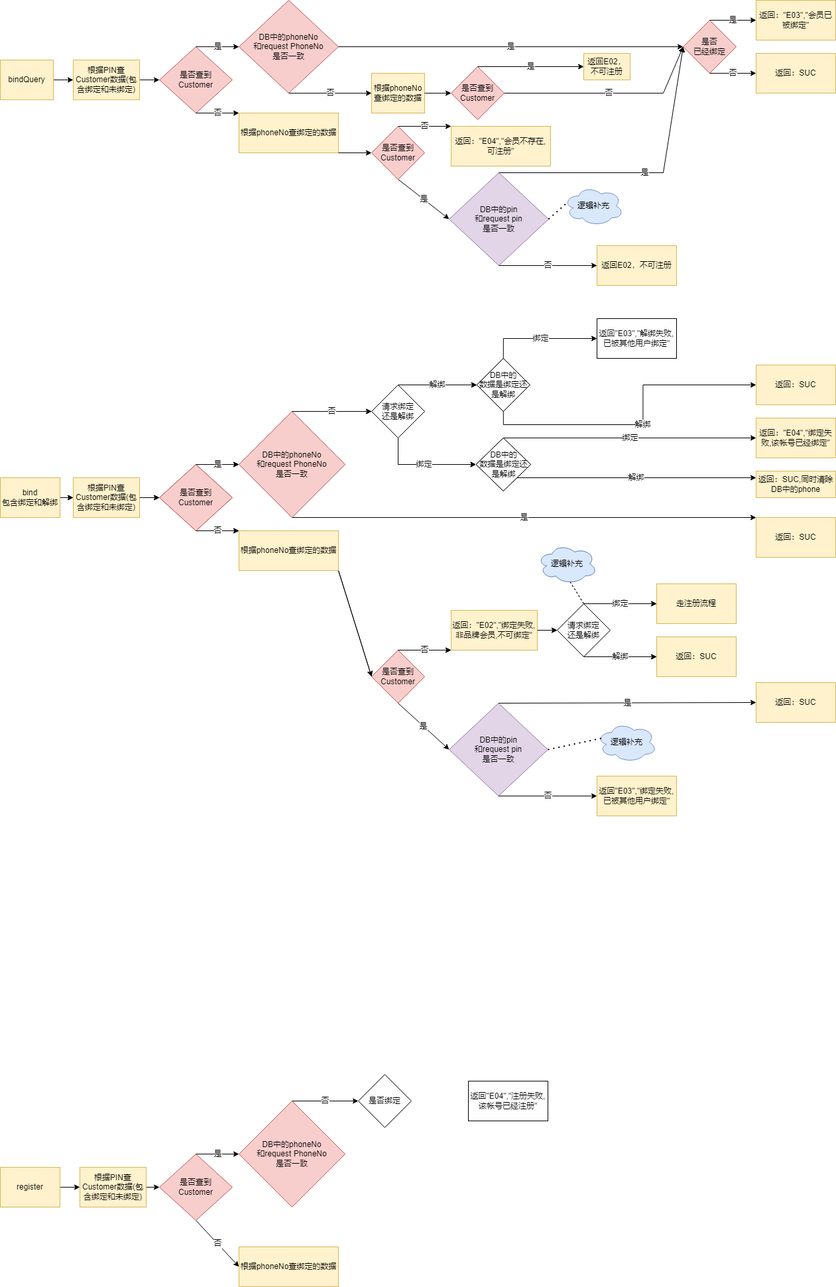
This is diagrams2/111.png from xiaoqforever/diagrams, a draw.io export, as it was before one commit. Source tidied: cells renumbered, new cells last; positions are measured from the earlier drawing's top-left corner, leaving out a move shared by most shapes.
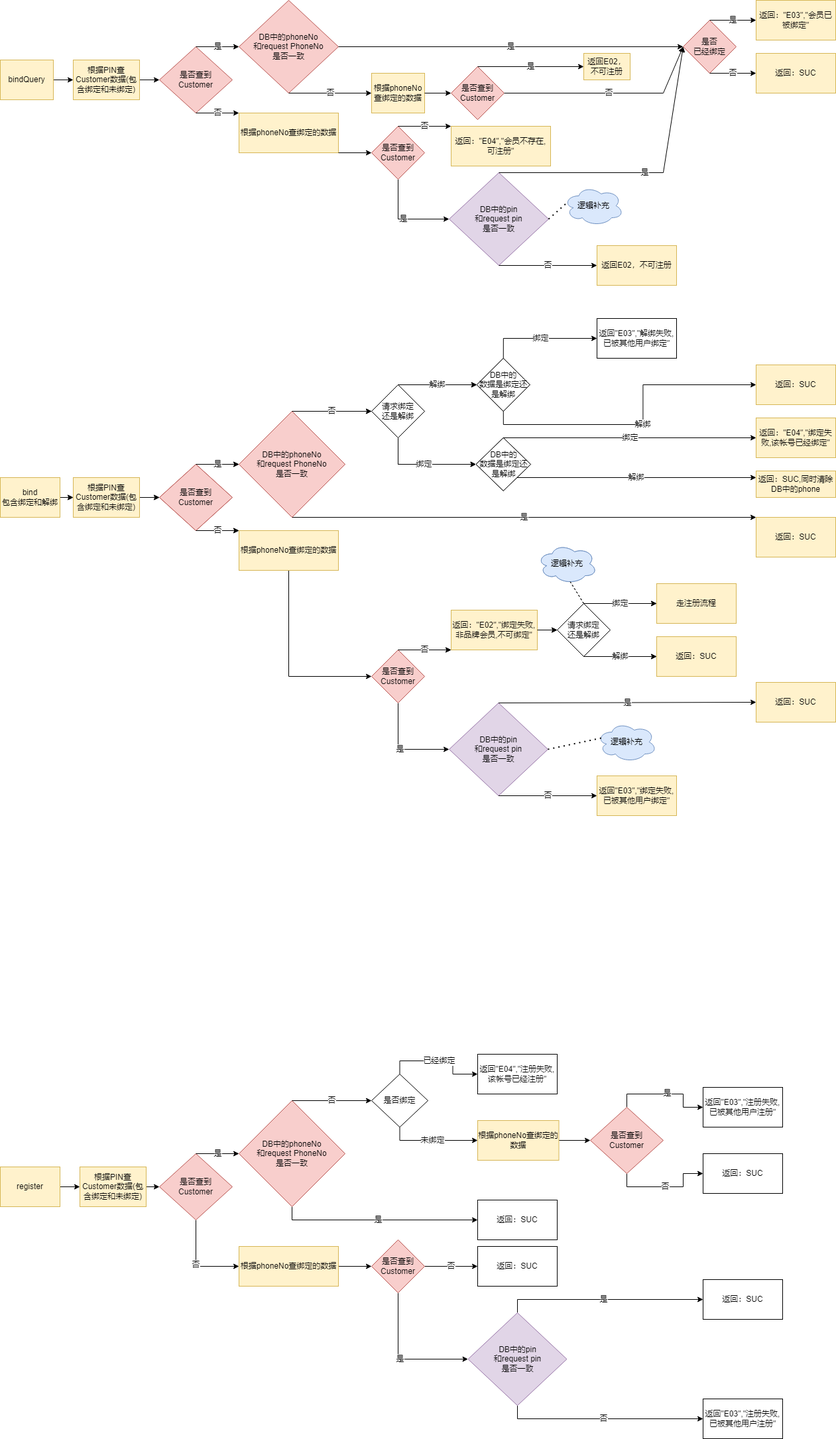
The same file after the commit.

What changed in the source:
```diff
@@ -86,6 +86,9 @@
         </Array>
       </mxGeometry>
     </mxCell>
+    <mxCell id="31" value="是" style="edgeStyle=orthogonalEdgeStyle;rounded=0;jettySize=auto;html=1;exitX=0.5;exitY=1;exitDx=0;exitDy=0;entryX=0;entryY=0.5;entryDx=0;entryDy=0;" parent="1" edge="1" source="28" target="33">
+      <mxGeometry relative="1" as="geometry" />
+    </mxCell>
     <mxCell id="28" value="是否查到&lt;br&gt;Customer" style="rhombus;whiteSpace=wrap;html=1;fontFamily=Helvetica;fontSize=12;fillColor=#f8cecc;strokeColor=#b85450;" parent="1" vertex="1">
       <mxGeometry x="560" y="190" width="80" height="80" as="geometry" />
     </mxCell>
@@ -95,9 +98,6 @@
     <mxCell id="30" value="否" style="endArrow=classic;html=1;rounded=0;exitX=0.5;exitY=0;exitDx=0;exitDy=0;entryX=0;entryY=0;entryDx=0;entryDy=0;" parent="1" edge="1" source="28" target="32">
       <mxGeometry relative="1" as="geometry" />
     </mxCell>
-    <mxCell id="31" value="是" style="endArrow=classic;html=1;rounded=0;exitX=0.5;exitY=1;exitDx=0;exitDy=0;entryX=0;entryY=0.5;entryDx=0;entryDy=0;" parent="1" edge="1" source="28" target="33">
-      <mxGeometry relative="1" as="geometry" />
-    </mxCell>
     <mxCell id="32" value="返回：&quot;E04&quot;,&quot;会员不存在,可注册&quot;" style="rounded=0;whiteSpace=wrap;html=1;fontFamily=Helvetica;fontSize=12;fillColor=#fff2cc;strokeColor=#d6b656;" parent="1" vertex="1">
       <mxGeometry x="680" y="190" width="150" height="60" as="geometry" />
     </mxCell>
@@ -163,18 +163,15 @@
     <mxCell id="51" value="返回：SUC" style="rounded=0;whiteSpace=wrap;html=1;fillColor=#fff2cc;strokeColor=#d6b656;" parent="1" vertex="1">
       <mxGeometry x="1140" y="1029" width="120" height="60" as="geometry" />
     </mxCell>
+    <mxCell id="55" value="是" style="edgeStyle=orthogonalEdgeStyle;rounded=0;jettySize=auto;html=1;exitX=0.5;exitY=1;exitDx=0;exitDy=0;entryX=0;entryY=0.5;entryDx=0;entryDy=0;" parent="1" edge="1" source="52" target="57">
+      <mxGeometry relative="1" as="geometry" />
+    </mxCell>
     <mxCell id="52" value="是否查到&lt;br&gt;Customer" style="rhombus;whiteSpace=wrap;html=1;fontFamily=Helvetica;fontSize=12;fillColor=#f8cecc;strokeColor=#b85450;" parent="1" vertex="1">
       <mxGeometry x="560" y="980" width="80" height="80" as="geometry" />
     </mxCell>
-    <mxCell id="53" style="endArrow=classic;html=1;rounded=0;entryX=0;entryY=0.5;entryDx=0;entryDy=0;exitX=1;exitY=1;exitDx=0;exitDy=0;" parent="1" edge="1" source="50" target="52">
-      <mxGeometry relative="1" as="geometry" />
-    </mxCell>
     <mxCell id="54" value="否" style="endArrow=classic;html=1;rounded=0;exitX=0.5;exitY=0;exitDx=0;exitDy=0;entryX=0;entryY=1;entryDx=0;entryDy=0;" parent="1" edge="1" source="52" target="56">
       <mxGeometry relative="1" as="geometry" />
     </mxCell>
-    <mxCell id="55" value="是" style="endArrow=classic;html=1;rounded=0;exitX=0.5;exitY=1;exitDx=0;exitDy=0;entryX=0;entryY=0.5;entryDx=0;entryDy=0;" parent="1" edge="1" source="52" target="57">
-      <mxGeometry relative="1" as="geometry" />
-    </mxCell>
     <mxCell id="56" value="返回：&quot;E02&quot;,&quot;绑定失败,非品牌会员,不可绑定&quot;" style="rounded=0;whiteSpace=wrap;html=1;fontFamily=Helvetica;fontSize=12;fillColor=#fff2cc;strokeColor=#d6b656;" parent="1" vertex="1">
       <mxGeometry x="680" y="920" width="130" height="60" as="geometry" />
     </mxCell>
@@ -310,14 +307,12 @@
     <mxCell id="100" value="根据PIN查Customer数据(包含绑定和未绑定)" style="rounded=0;whiteSpace=wrap;html=1;fillColor=#fff2cc;strokeColor=#d6b656;" parent="1" vertex="1">
       <mxGeometry x="110" y="720" width="100" height="60" as="geometry" />
     </mxCell>
+    <mxCell id="130" style="edgeStyle=orthogonalEdgeStyle;rounded=0;jettySize=auto;html=1;exitX=0.5;exitY=1;exitDx=0;exitDy=0;entryX=0;entryY=0.5;entryDx=0;entryDy=0;" parent="1" edge="1" source="101" target="52">
+      <mxGeometry relative="1" as="geometry" />
+    </mxCell>
     <mxCell id="101" value="根据phoneNo查绑定的数据" style="rounded=0;whiteSpace=wrap;html=1;fillColor=#fff2cc;strokeColor=#d6b656;" parent="1" vertex="1">
       <mxGeometry x="360" y="800" width="150" height="60" as="geometry" />
     </mxCell>
-    <mxCell id="102" style="endArrow=classic;html=1;rounded=0;entryX=0;entryY=0.5;entryDx=0;entryDy=0;exitX=1;exitY=1;exitDx=0;exitDy=0;" parent="1" edge="1" source="101">
-      <mxGeometry relative="1" as="geometry">
-        <mxPoint x="560" y="1020" as="targetPoint" />
-      </mxGeometry>
-    </mxCell>
     <mxCell id="103" value="否" style="endArrow=classic;html=1;rounded=0;exitX=0.5;exitY=0;exitDx=0;exitDy=0;entryX=0;entryY=1;entryDx=0;entryDy=0;" parent="1" edge="1" target="104">
       <mxGeometry relative="1" as="geometry">
         <mxPoint x="600" y="980" as="sourcePoint" />
@@ -369,6 +364,9 @@
     <mxCell id="117" value="bind&lt;br&gt;包含绑定和解绑" style="rounded=0;whiteSpace=wrap;html=1;fillColor=#fff2cc;strokeColor=#d6b656;" parent="1" vertex="1">
       <mxGeometry y="720" width="90" height="60" as="geometry" />
     </mxCell>
+    <mxCell id="121" value="否" style="edgeStyle=orthogonalEdgeStyle;rounded=0;jettySize=auto;html=1;exitX=0.5;exitY=1;exitDx=0;exitDy=0;entryX=0;entryY=0.5;entryDx=0;entryDy=0;" parent="1" edge="1" source="118" target="128">
+      <mxGeometry relative="1" as="geometry" />
+    </mxCell>
     <mxCell id="118" value="是否查到&lt;br&gt;Customer" style="rhombus;whiteSpace=wrap;html=1;fillColor=#f8cecc;strokeColor=#b85450;" parent="1" vertex="1">
       <mxGeometry x="240" y="1740" width="110" height="100" as="geometry" />
     </mxCell>
@@ -378,20 +376,23 @@
     <mxCell id="120" value="是" style="edgeLabel;html=1;align=center;verticalAlign=middle;" parent="119" vertex="1">
       <mxGeometry relative="1" as="geometry" />
     </mxCell>
-    <mxCell id="121" style="endArrow=classic;html=1;rounded=0;exitX=0.5;exitY=1;exitDx=0;exitDy=0;entryX=0;entryY=0.5;entryDx=0;entryDy=0;" parent="1" edge="1" source="118" target="128">
-      <mxGeometry relative="1" as="geometry" />
-    </mxCell>
-    <mxCell id="122" value="否" style="edgeLabel;html=1;align=center;verticalAlign=middle;" parent="121" vertex="1">
-      <mxGeometry relative="1" as="geometry" />
-    </mxCell>
+    <mxCell id="131" value="是" style="edgeStyle=orthogonalEdgeStyle;rounded=0;jettySize=auto;html=1;exitX=0.5;exitY=1;exitDx=0;exitDy=0;entryX=0;entryY=0.5;entryDx=0;entryDy=0;" parent="1" edge="1" source="123" target="143">
+      <mxGeometry relative="1" as="geometry" />
+    </mxCell>
     <mxCell id="123" value="DB中的phoneNo&lt;br&gt;和request&amp;nbsp;PhoneNo&lt;br&gt;是否一致" style="rhombus;whiteSpace=wrap;html=1;fillColor=#f8cecc;strokeColor=#b85450;" parent="1" vertex="1">
       <mxGeometry x="360" y="1660" width="160" height="160" as="geometry" />
     </mxCell>
     <mxCell id="124" value="否" style="endArrow=classic;html=1;rounded=0;exitX=0.5;exitY=0;exitDx=0;exitDy=0;entryX=0;entryY=0.5;entryDx=0;entryDy=0;" parent="1" edge="1" source="123" target="125">
       <mxGeometry relative="1" as="geometry" />
     </mxCell>
+    <mxCell id="132" value="已经绑定" style="edgeStyle=orthogonalEdgeStyle;rounded=0;jettySize=auto;html=1;exitX=0.5;exitY=0;exitDx=0;exitDy=0;entryX=0;entryY=0.5;entryDx=0;entryDy=0;" parent="1" edge="1" source="125" target="129">
+      <mxGeometry relative="1" as="geometry" />
+    </mxCell>
+    <mxCell id="133" value="未绑定" style="edgeStyle=orthogonalEdgeStyle;rounded=0;jettySize=auto;html=1;exitX=0.5;exitY=1;exitDx=0;exitDy=0;entryX=0;entryY=0.5;entryDx=0;entryDy=0;" parent="1" edge="1" source="125" target="136">
+      <mxGeometry relative="1" as="geometry" />
+    </mxCell>
     <mxCell id="125" value="是否绑定" style="rhombus;whiteSpace=wrap;html=1;" parent="1" vertex="1">
-      <mxGeometry x="540" y="1620" width="80" height="80" as="geometry" />
+      <mxGeometry x="560" y="1620" width="85" height="80" as="geometry" />
     </mxCell>
     <mxCell id="126" style="endArrow=classic;html=1;rounded=0;exitX=1;exitY=0.5;exitDx=0;exitDy=0;entryX=0;entryY=0.5;entryDx=0;entryDy=0;" parent="1" edge="1" source="127">
       <mxGeometry relative="1" as="geometry">
@@ -401,11 +402,70 @@
     <mxCell id="127" value="根据PIN查Customer数据(包含绑定和未绑定)" style="rounded=0;whiteSpace=wrap;html=1;fillColor=#fff2cc;strokeColor=#d6b656;" parent="1" vertex="1">
       <mxGeometry x="120" y="1760" width="100" height="60" as="geometry" />
     </mxCell>
+    <mxCell id="134" style="edgeStyle=orthogonalEdgeStyle;rounded=0;jettySize=auto;html=1;exitX=1;exitY=0.5;exitDx=0;exitDy=0;entryX=0;entryY=0.5;entryDx=0;entryDy=0;" parent="1" edge="1" source="128" target="146">
+      <mxGeometry relative="1" as="geometry" />
+    </mxCell>
     <mxCell id="128" value="根据phoneNo查绑定的数据" style="rounded=0;whiteSpace=wrap;html=1;fillColor=#fff2cc;strokeColor=#d6b656;" parent="1" vertex="1">
       <mxGeometry x="360" y="1880" width="150" height="60" as="geometry" />
     </mxCell>
     <mxCell id="129" value="返回&quot;E04&quot;,&quot;注册失败,该帐号已经注册&quot;" style="rounded=0;whiteSpace=wrap;html=1;" parent="1" vertex="1">
-      <mxGeometry x="706" y="1630" width="120" height="60" as="geometry" />
+      <mxGeometry x="720" y="1590" width="120" height="60" as="geometry" />
     </mxCell>
+    <mxCell id="135" style="edgeStyle=orthogonalEdgeStyle;rounded=0;jettySize=auto;html=1;exitX=1;exitY=0.5;exitDx=0;exitDy=0;entryX=0;entryY=0.5;entryDx=0;entryDy=0;" parent="1" edge="1" source="136">
+      <mxGeometry relative="1" as="geometry">
+        <mxPoint x="890" y="1720" as="targetPoint" />
+      </mxGeometry>
+    </mxCell>
+    <mxCell id="136" value="根据phoneNo查绑定的数据" style="rounded=0;whiteSpace=wrap;html=1;fillColor=#fff2cc;strokeColor=#d6b656;" parent="1" vertex="1">
+      <mxGeometry x="720" y="1690" width="122.5" height="60" as="geometry" />
+    </mxCell>
+    <mxCell id="137" style="edgeStyle=orthogonalEdgeStyle;rounded=0;jettySize=auto;html=1;exitX=0.5;exitY=0;exitDx=0;exitDy=0;entryX=0;entryY=0.5;entryDx=0;entryDy=0;" parent="1" edge="1" source="140" target="141">
+      <mxGeometry relative="1" as="geometry" />
+    </mxCell>
+    <mxCell id="138" value="是" style="edgeLabel;html=1;align=center;verticalAlign=middle;" parent="137" vertex="1">
+      <mxGeometry x="0.04" y="1" relative="1" as="geometry" />
+    </mxCell>
+    <mxCell id="139" value="否" style="edgeStyle=orthogonalEdgeStyle;rounded=0;jettySize=auto;html=1;exitX=0.5;exitY=1;exitDx=0;exitDy=0;entryX=0;entryY=0.5;entryDx=0;entryDy=0;" parent="1" edge="1" source="140" target="142">
+      <mxGeometry relative="1" as="geometry" />
+    </mxCell>
+    <mxCell id="140" value="是否查到&lt;br&gt;Customer" style="rhombus;whiteSpace=wrap;html=1;fillColor=#f8cecc;strokeColor=#b85450;" parent="1" vertex="1">
+      <mxGeometry x="890" y="1670" width="110" height="100" as="geometry" />
+    </mxCell>
+    <mxCell id="141" value="返回&quot;E03&quot;,&quot;注册失败,已被其他用户注册&quot;" style="rounded=0;whiteSpace=wrap;html=1;" parent="1" vertex="1">
+      <mxGeometry x="1060" y="1640" width="120" height="60" as="geometry" />
+    </mxCell>
+    <mxCell id="142" value="返回：SUC" style="rounded=0;whiteSpace=wrap;html=1;" parent="1" vertex="1">
+      <mxGeometry x="1060" y="1740" width="120" height="60" as="geometry" />
+    </mxCell>
+    <mxCell id="143" value="返回：SUC" style="rounded=0;whiteSpace=wrap;html=1;" parent="1" vertex="1">
+      <mxGeometry x="720" y="1810" width="120" height="60" as="geometry" />
+    </mxCell>
+    <mxCell id="144" value="否" style="edgeStyle=orthogonalEdgeStyle;rounded=0;jettySize=auto;html=1;exitX=1;exitY=0.5;exitDx=0;exitDy=0;entryX=0;entryY=0.5;entryDx=0;entryDy=0;" parent="1" edge="1" source="146" target="150">
+      <mxGeometry relative="1" as="geometry" />
+    </mxCell>
+    <mxCell id="145" value="是" style="edgeStyle=orthogonalEdgeStyle;rounded=0;jettySize=auto;html=1;exitX=0.5;exitY=1;exitDx=0;exitDy=0;entryX=0;entryY=0.5;entryDx=0;entryDy=0;" parent="1" edge="1" source="146" target="149">
+      <mxGeometry relative="1" as="geometry" />
+    </mxCell>
+    <mxCell id="146" value="是否查到&lt;br&gt;Customer" style="rhombus;whiteSpace=wrap;html=1;fontFamily=Helvetica;fontSize=12;fillColor=#f8cecc;strokeColor=#b85450;" parent="1" vertex="1">
+      <mxGeometry x="560" y="1870" width="80" height="80" as="geometry" />
+    </mxCell>
+    <mxCell id="147" value="是" style="edgeStyle=orthogonalEdgeStyle;rounded=0;jettySize=auto;html=1;exitX=0.5;exitY=0;exitDx=0;exitDy=0;entryX=0;entryY=0.5;entryDx=0;entryDy=0;" parent="1" edge="1" source="149" target="151">
+      <mxGeometry relative="1" as="geometry" />
+    </mxCell>
+    <mxCell id="148" value="否" style="edgeStyle=orthogonalEdgeStyle;rounded=0;jettySize=auto;html=1;exitX=0.5;exitY=1;exitDx=0;exitDy=0;entryX=0;entryY=0.5;entryDx=0;entryDy=0;" parent="1" edge="1" source="149" target="152">
+      <mxGeometry relative="1" as="geometry" />
+    </mxCell>
+    <mxCell id="149" value="DB中的pin&lt;br&gt;和request&amp;nbsp;pin&lt;br&gt;是否一致" style="rhombus;whiteSpace=wrap;html=1;fillColor=#e1d5e7;strokeColor=#9673a6;" parent="1" vertex="1">
+      <mxGeometry x="705.5" y="1980" width="149" height="140" as="geometry" />
+    </mxCell>
+    <mxCell id="150" value="返回：SUC" style="rounded=0;whiteSpace=wrap;html=1;" parent="1" vertex="1">
+      <mxGeometry x="720" y="1880" width="120" height="60" as="geometry" />
+    </mxCell>
+    <mxCell id="151" value="返回：SUC" style="rounded=0;whiteSpace=wrap;html=1;" parent="1" vertex="1">
+      <mxGeometry x="1060" y="1930" width="120" height="60" as="geometry" />
+    </mxCell>
+    <mxCell id="152" value="返回&quot;E03&quot;,&quot;注册失败,已被其他用户注册&quot;" style="rounded=0;whiteSpace=wrap;html=1;" parent="1" vertex="1">
+      <mxGeometry x="1060" y="2110" width="120" height="60" as="geometry" />
+    </mxCell>
   </root>
 </mxGraphModel>
```
